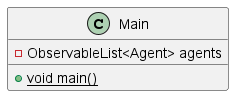
This is doc/uml/main.png from dalemorris2021/agent-simulation, a PlantUML export, as it was before one commit. Source of this version:
```plantuml
@startuml

class Main {
    - ObservableList<Agent> agents
    + {static} void main()
}

@enduml
```
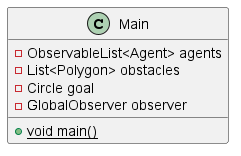
Above is the later version.

Commit message:
Refactored file structure and added information to UML diagrams and architecture.md

Diff of the diagram source:
```diff
@@ -2,6 +2,9 @@
 
 class Main {
     - ObservableList<Agent> agents
+    - List<Polygon> obstacles
+    - Circle goal
+    - GlobalObserver observer
     + {static} void main()
 }
 
```
